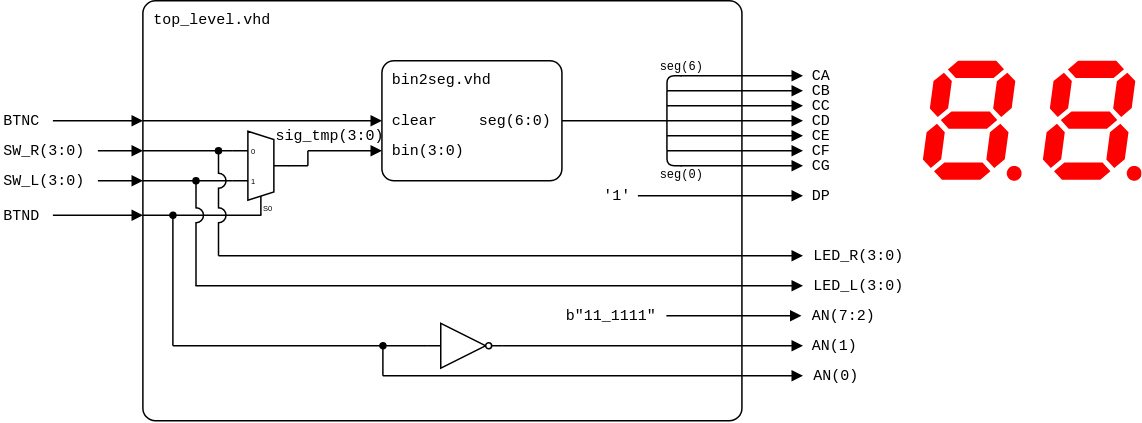
Earlier version of the draw.io export lab3-segment/images/top-level_2-digit.png (tomas-fryza/vhdl-course). Source tidied: cells renumbered, new cells last; positions are measured from the earlier drawing's top-left corner, leaving out a move shared by most shapes.
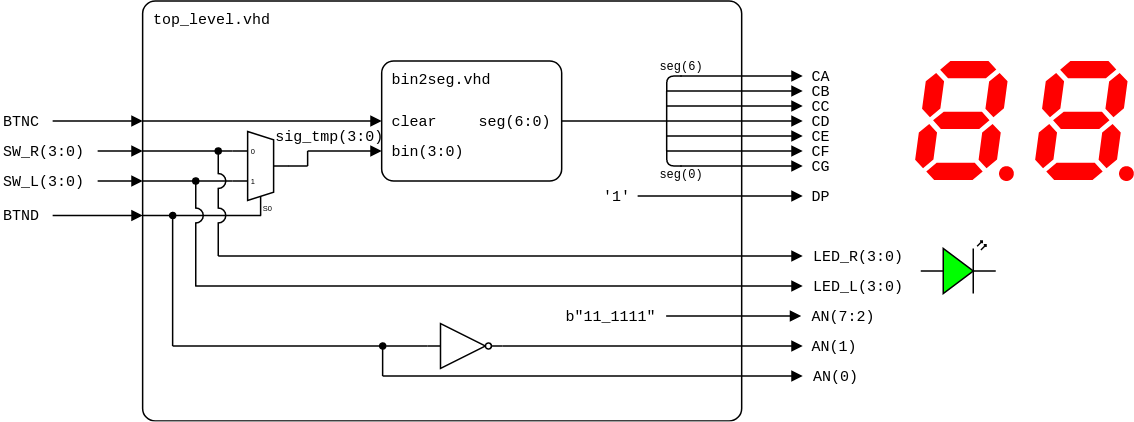
After the change.

What changed in the source:
```diff
@@ -176,7 +176,7 @@
       <mxGeometry x="399.6" y="120" width="30" height="20" as="geometry" />
     </mxCell>
     <mxCell id="40" style="verticalLabelPosition=bottom;shadow=0;dashed=0;align=center;html=1;verticalAlign=top;shape=mxgraph.electrical.opto_electronics.7_segment_display_with_dp;fillColor=#FF0000;strokeColor=none;" parent="1" vertex="1">
-      <mxGeometry x="614.6" y="40" width="65.8" height="80" as="geometry" />
+      <mxGeometry x="609.6" y="40" width="65.8" height="80" as="geometry" />
     </mxCell>
     <mxCell id="41" value="Mux" style="shadow=0;dashed=0;align=center;html=1;strokeWidth=1;shape=mxgraph.electrical.abstract.mux2;whiteSpace=wrap;fontSize=10;fontFamily=Courier New;fontColor=none;noLabel=1;" parent="1" vertex="1">
       <mxGeometry x="154.6" y="87" width="37.3" height="56" as="geometry" />
@@ -242,7 +242,7 @@
       </mxGeometry>
     </mxCell>
     <mxCell id="53" style="verticalLabelPosition=bottom;shadow=0;dashed=0;align=center;html=1;verticalAlign=top;shape=mxgraph.electrical.opto_electronics.7_segment_display_with_dp;fillColor=#FF0000;strokeColor=none;" parent="1" vertex="1">
-      <mxGeometry x="694.6" y="40" width="65.8" height="80" as="geometry" />
+      <mxGeometry x="689.6" y="40" width="65.8" height="80" as="geometry" />
     </mxCell>
     <mxCell id="54" style="verticalLabelPosition=bottom;shadow=0;dashed=0;align=center;html=1;verticalAlign=top;shape=mxgraph.electrical.logic_gates.inverter_2;" parent="1" vertex="1">
       <mxGeometry x="284.6" y="215" width="50" height="30" as="geometry" />
@@ -319,5 +319,8 @@
     <mxCell id="70" value="&lt;div style=&quot;line-height: 100%; font-size: 8px;&quot;&gt;seg(0)&lt;/div&gt;" style="text;html=1;align=center;verticalAlign=middle;whiteSpace=wrap;rounded=0;fontFamily=Courier New;fontSize=8;fillOpacity=100;spacing=2;spacingRight=0;" parent="1" vertex="1">
       <mxGeometry x="429" y="106" width="50" height="20" as="geometry" />
     </mxCell>
+    <mxCell id="71" style="verticalLabelPosition=bottom;shadow=0;dashed=0;align=center;html=1;verticalAlign=top;shape=mxgraph.electrical.opto_electronics.led_2;fillColor=#00FF00;" parent="1" vertex="1">
+      <mxGeometry x="613.4" y="160" width="50" height="35" as="geometry" />
+    </mxCell>
   </root>
 </mxGraphModel>
```
